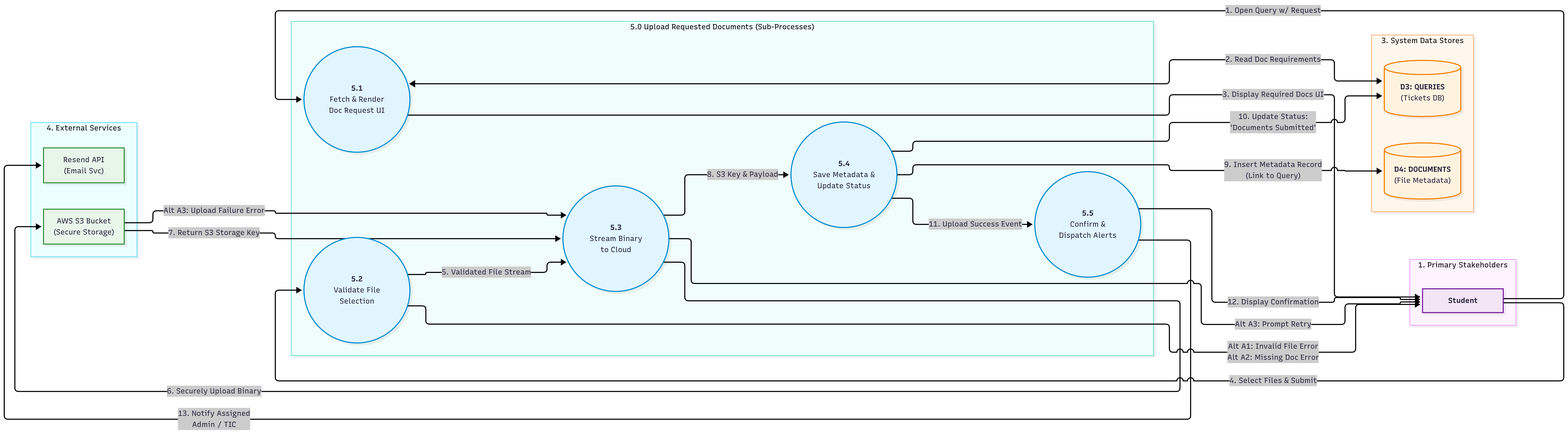
Earlier version of the Mermaid export SE/ideathon/documents/L2-DFD-S05.png (aryanhrc3428/Semester-5). Its source is kept beside it as SE/ideathon/documents/L2-DFD-S05.mmd. The source it was exported from:
```mermaid
%%{init: {
  "flowchart": {
    "htmlLabels": true,
    "nodeSpacing": 30,
    "rankSpacing": 80,
    "padding": 15
  }
}}%%
flowchart LR

    subgraph Actors [" "]
        direction TB
        Student["<b>Student</b>"]
    end

    subgraph SubProcesses [" "]
        direction TB
        P5_1(("<b>5.1</b><br/>Fetch &amp; Render<br/>Doc Request UI"))
        P5_2(("<b>5.2</b><br/>Validate File<br/>Selection"))
        P5_3(("<b>5.3</b><br/>Stream Binary<br/>to Cloud"))
        P5_4(("<b>5.4</b><br/>Save Metadata &amp;<br/>Update Status"))
        P5_5(("<b>5.5</b><br/>Confirm &amp;<br/>Dispatch Alerts"))
    end

    subgraph DataStores [" "]
        direction TB
        D3@{ shape: datastore, label: "<b>D3: QUERIES</b><br/>(Tickets DB)" }
        D4@{ shape: datastore, label: "<b>D4: DOCUMENTS</b><br/>(File Metadata)" }
    end

    subgraph ExtServices [" "]
        direction TB
        ExtS3["AWS S3 Bucket<br/>(Secure Storage)"]
        ExtEmail["Resend API<br/>(Email Svc)"]
    end


    Student -->|"1. Open Query w/ Request"| P5_1
    P5_1 <-->|"2. Read Doc Requirements"| D3
    P5_1 -->|"3. Display Required Docs UI"| Student

    Student -->|"4. Select Files & Submit"| P5_2
    P5_2 -->|"Alt A1: Invalid File Error<br/>Alt A2: Missing Doc Error"| Student

    P5_2 -->|"5. Validated File Stream"| P5_3
    P5_3 -->|"6. Securely Upload Binary"| ExtS3
    ExtS3 -->|"Alt A3: Upload Failure Error"| P5_3
    P5_3 -->|"Alt A3: Prompt Retry"| Student
    ExtS3 -->|"7. Return S3 Storage Key"| P5_3

    P5_3 -->|"8. S3 Key & Payload"| P5_4
    P5_4 -->|"9. Insert Metadata Record<br/>(Link to Query)"| D4
    P5_4 -->|"10. Update Status:<br/>'Documents Submitted'"| D3

    P5_4 -->|"11. Upload Success Event"| P5_5
    P5_5 -->|"12. Display Confirmation"| Student
    P5_5 -->|"13. Notify Assigned<br/>Admin / TIC"| ExtEmail

    classDef processStyle fill:#fff,stroke:#333,stroke-width:1px,color:#000
    classDef storeStyle fill:#fff,stroke:#333,stroke-width:1px,color:#000
    classDef actorStyle fill:#fff,stroke:#333,stroke-width:1px,color:#000
    classDef extStyle fill:#fff,stroke:#333,stroke-width:1px,color:#000

    class P5_1,P5_2,P5_3,P5_4,P5_5 processStyle;
    class D3,D4 storeStyle;
    class Student actorStyle;
    class ExtS3,ExtEmail extStyle;

    style Actors fill:none,stroke:#333,stroke-width:1px
    style SubProcesses fill:none,stroke:#333,stroke-width:1px
    style DataStores fill:none,stroke:#333,stroke-width:1px
    style ExtServices fill:none,stroke:#333,stroke-width:1px
```
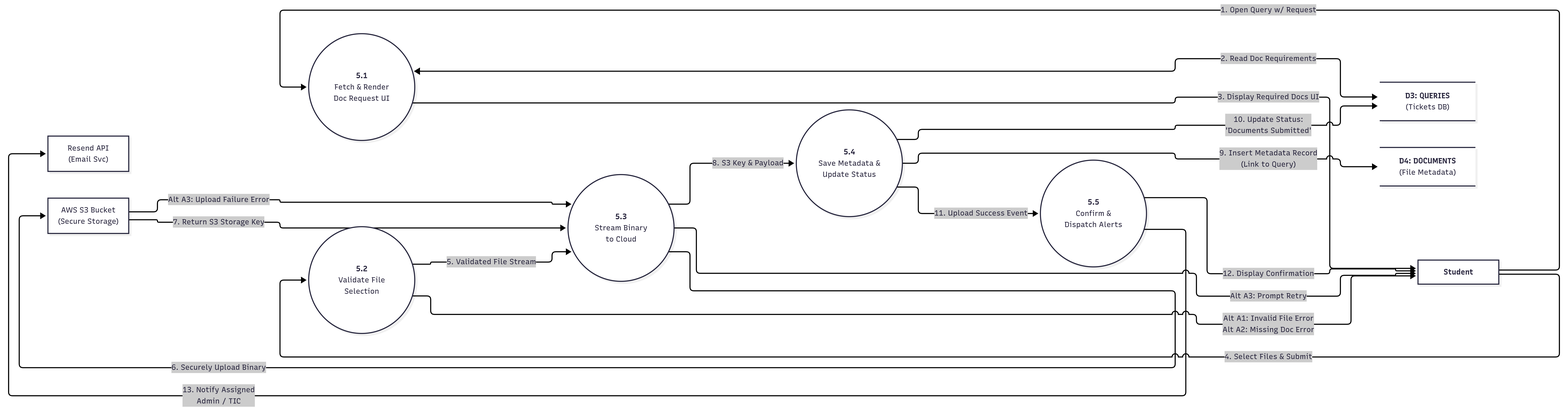
Later version of the same file.

Diff of the diagram source:
```diff
@@ -56,17 +56,7 @@
     P5_5 -->|"12. Display Confirmation"| Student
     P5_5 -->|"13. Notify Assigned<br/>Admin / TIC"| ExtEmail
 
-    classDef processStyle fill:#fff,stroke:#333,stroke-width:1px,color:#000
-    classDef storeStyle fill:#fff,stroke:#333,stroke-width:1px,color:#000
-    classDef actorStyle fill:#fff,stroke:#333,stroke-width:1px,color:#000
-    classDef extStyle fill:#fff,stroke:#333,stroke-width:1px,color:#000
-
-    class P5_1,P5_2,P5_3,P5_4,P5_5 processStyle;
-    class D3,D4 storeStyle;
-    class Student actorStyle;
-    class ExtS3,ExtEmail extStyle;
-
-    style Actors fill:none,stroke:#333,stroke-width:1px
-    style SubProcesses fill:none,stroke:#333,stroke-width:1px
-    style DataStores fill:none,stroke:#333,stroke-width:1px
-    style ExtServices fill:none,stroke:#333,stroke-width:1px
+    style Actors fill:none, stroke:none
+    style DataStores fill:none, stroke:none
+    style SubProcesses fill:none, stroke:none
+    style ExtServices fill:none, stroke:none
```
